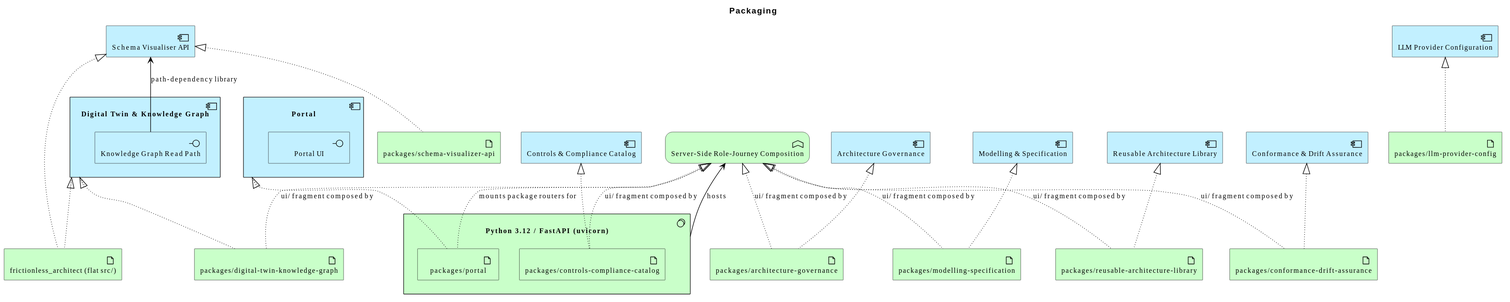
The PlantUML diagram architecture/model/diagrams/implementation/packaging.svg in wolffy-au/frictionless-architect, before a commit.
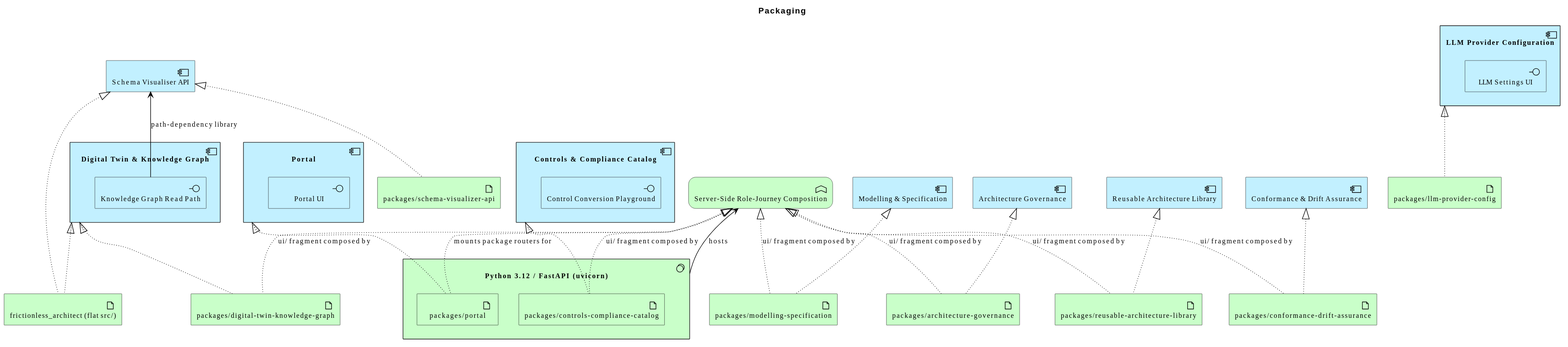
The same diagram one commit later.

What changed in the source:
```diff
@@ -3,7 +3,9 @@
 
 title Packaging
 
-Application_Component(e_ide4bef3733af65a, "Controls & Compliance Catalog")
+Application_Component(e_ide4bef3733af65a, "Controls & Compliance Catalog") {
+  Application_Interface(e_id8b35221248445f, "Control Conversion Playground")
+}
 Application_Component(e_id3b0beba52b5a5c, "Reusable Architecture Library")
 Application_Component(e_id3da203d482f955, "Digital Twin & Knowledge Graph") {
   Application_Interface(e_id0c9a1a2f155254, "Knowledge Graph Read Path")
@@ -12,7 +14,9 @@
 Application_Component(e_id492c882252a953, "Conformance & Drift Assurance")
 Application_Component(e_id82f04fecbdd85e, "Modelling & Specification")
 Application_Component(e_idd18b3d46fade58, "Schema Visualiser API")
-Application_Component(e_id305eddd7c8dc55, "LLM Provider Configuration")
+Application_Component(e_id305eddd7c8dc55, "LLM Provider Configuration") {
+  Application_Interface(e_idcefe9c2a8ca45f, "LLM Settings UI")
+}
 Application_Component(e_id6c2233bb09755d, "Portal") {
   Application_Interface(e_iddb64491a22875a, "Portal UI")
 }
```
